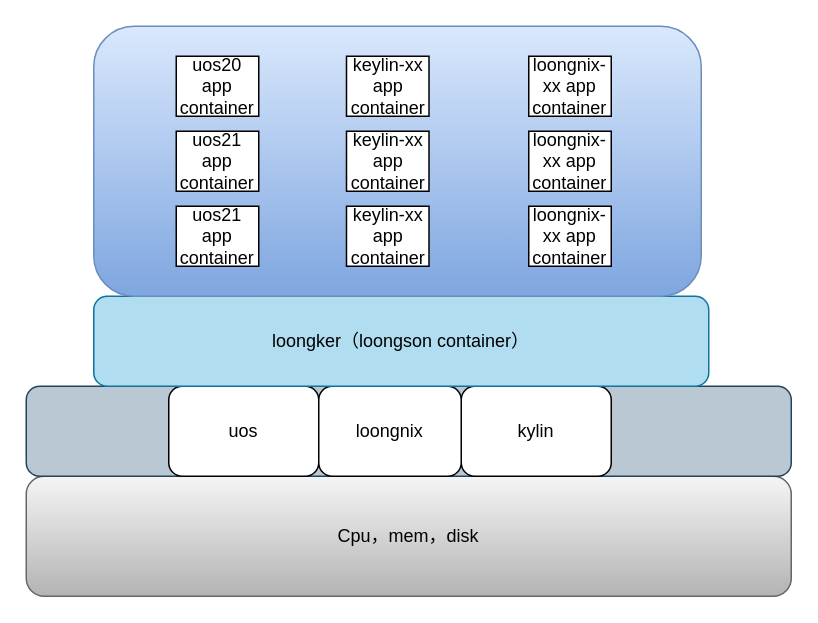
The draw.io diagram Untitled Diagram.drawio in Doorer/-, before the edit. Source tidied: cells renumbered, new cells numbered last; positions are measured from the earlier drawing's top-left corner, leaving out a move shared by most shapes. Both pictures are drawn from the tidied source at 150%, with x=0, y=0 at pixel (26, 26).
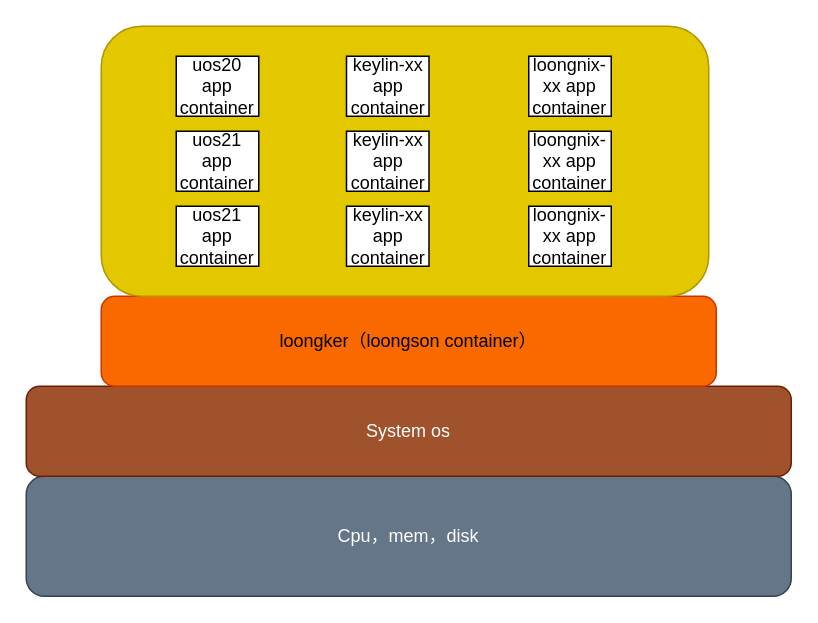
The same diagram, later.

Change to the diagram source:
```diff
@@
 <mxGraphModel>
   <root>
     <mxCell id="0" />
     <mxCell id="1" parent="0" />
-    <mxCell id="2" value="Cpu，mem，disk" style="rounded=1;whiteSpace=wrap;html=1;fillColor=#f5f5f5;strokeColor=#666666;gradientColor=#b3b3b3;" parent="1" vertex="1">
+    <mxCell id="2" value="Cpu，mem，disk" style="rounded=1;whiteSpace=wrap;html=1;fillColor=#647687;strokeColor=#314354;fontColor=#ffffff;" parent="1" vertex="1">
       <mxGeometry y="300" width="510" height="80" as="geometry" />
     </mxCell>
-    <mxCell id="3" style="rounded=1;whiteSpace=wrap;html=1;fillColor=#bac8d3;strokeColor=#23445d;" parent="1" vertex="1">
+    <mxCell id="3" value="System os" style="rounded=1;whiteSpace=wrap;html=1;fillColor=#a0522d;strokeColor=#6D1F00;fontColor=#ffffff;" parent="1" vertex="1">
       <mxGeometry y="240" width="510" height="60" as="geometry" />
     </mxCell>
-    <mxCell id="4" value="uos" style="rounded=1;whiteSpace=wrap;html=1;" parent="1" vertex="1">
-      <mxGeometry x="95" y="240" width="100" height="60" as="geometry" />
-    </mxCell>
-    <mxCell id="5" value="kylin" style="rounded=1;whiteSpace=wrap;html=1;" parent="1" vertex="1">
-      <mxGeometry x="290" y="240" width="100" height="60" as="geometry" />
-    </mxCell>
-    <mxCell id="6" value="loongnix" style="rounded=1;whiteSpace=wrap;html=1;" parent="1" vertex="1">
-      <mxGeometry x="195" y="240" width="95" height="60" as="geometry" />
-    </mxCell>
-    <mxCell id="7" value="loongker（loongson container）" style="rounded=1;whiteSpace=wrap;html=1;fillColor=#b1ddf0;strokeColor=#10739e;" parent="1" vertex="1">
-      <mxGeometry x="45" y="180" width="410" height="60" as="geometry" />
+    <mxCell id="7" value="loongker（loongson container）" style="rounded=1;whiteSpace=wrap;html=1;fillColor=#fa6800;strokeColor=#C73500;fontColor=#000000;" parent="1" vertex="1">
+      <mxGeometry x="50" y="180" width="410" height="60" as="geometry" />
     </mxCell>
-    <mxCell id="8" style="rounded=1;whiteSpace=wrap;html=1;fillColor=#dae8fc;strokeColor=#6c8ebf;gradientColor=#7ea6e0;" parent="1" vertex="1">
-      <mxGeometry x="45" width="405" height="180" as="geometry" />
+    <mxCell id="8" style="rounded=1;whiteSpace=wrap;html=1;fillColor=#e3c800;strokeColor=#B09500;fontColor=#000000;" parent="1" vertex="1">
+      <mxGeometry x="50" width="405" height="180" as="geometry" />
     </mxCell>
     <mxCell id="9" value="uos20 app container" style="rounded=0;whiteSpace=wrap;html=1;" parent="1" vertex="1">
       <mxGeometry x="100" y="20" width="55" height="40" as="geometry" />
     </mxCell>
     <mxCell id="10" value="uos21 app container" style="rounded=0;whiteSpace=wrap;html=1;" parent="1" vertex="1">
       <mxGeometry x="100" y="70" width="55" height="40" as="geometry" />
     </mxCell>
     <mxCell id="11" value="uos21 app container" style="rounded=0;whiteSpace=wrap;html=1;" parent="1" vertex="1">
       <mxGeometry x="100" y="120" width="55" height="40" as="geometry" />
     </mxCell>
     <mxCell id="12" value="keylin-xx app container" style="rounded=0;whiteSpace=wrap;html=1;" parent="1" vertex="1">
       <mxGeometry x="213.5" y="20" width="55" height="40" as="geometry" />
     </mxCell>
     <mxCell id="13" value="keylin-xx app container" style="rounded=0;whiteSpace=wrap;html=1;" parent="1" vertex="1">
       <mxGeometry x="213.5" y="70" width="55" height="40" as="geometry" />
     </mxCell>
     <mxCell id="14" value="keylin-xx app container" style="rounded=0;whiteSpace=wrap;html=1;" parent="1" vertex="1">
       <mxGeometry x="213.5" y="120" width="55" height="40" as="geometry" />
     </mxCell>
     <mxCell id="15" value="loongnix-xx app container" style="rounded=0;whiteSpace=wrap;html=1;" parent="1" vertex="1">
       <mxGeometry x="335" y="20" width="55" height="40" as="geometry" />
     </mxCell>
     <mxCell id="16" value="loongnix-xx app container" style="rounded=0;whiteSpace=wrap;html=1;" parent="1" vertex="1">
       <mxGeometry x="335" y="70" width="55" height="40" as="geometry" />
     </mxCell>
     <mxCell id="17" value="loongnix-xx app container" style="rounded=0;whiteSpace=wrap;html=1;" parent="1" vertex="1">
       <mxGeometry x="335" y="120" width="55" height="40" as="geometry" />
     </mxCell>
   </root>
 </mxGraphModel>
```
